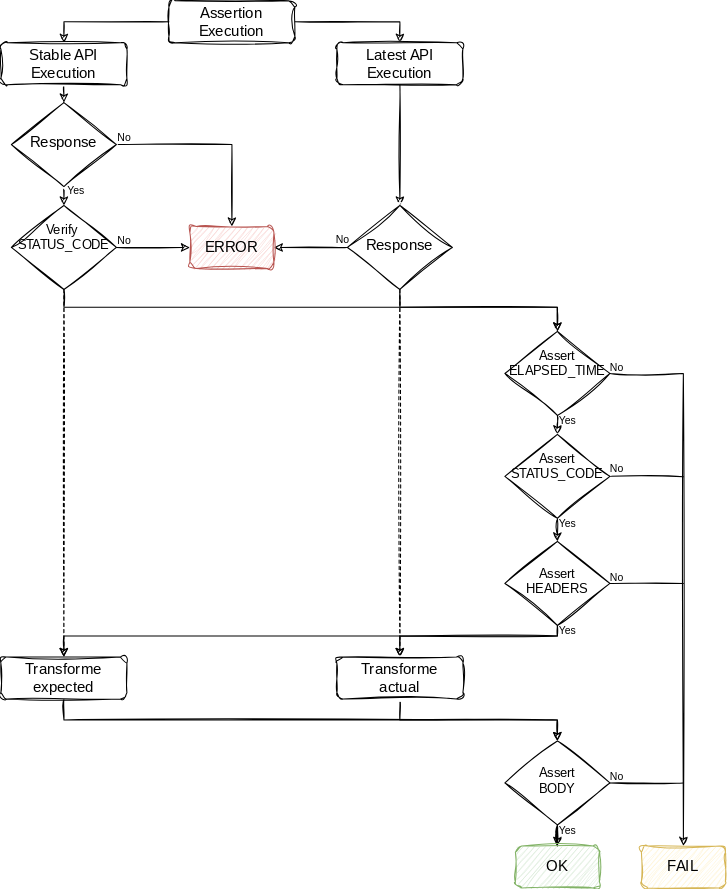
Before: doc/diagram/assertion.diagram.svg, a diagram exported from draw.io (oneteme/assertapi-core). Source tidied: cells renumbered, new cells last; positions are measured from the earlier drawing's top-left corner, leaving out a move shared by most shapes.
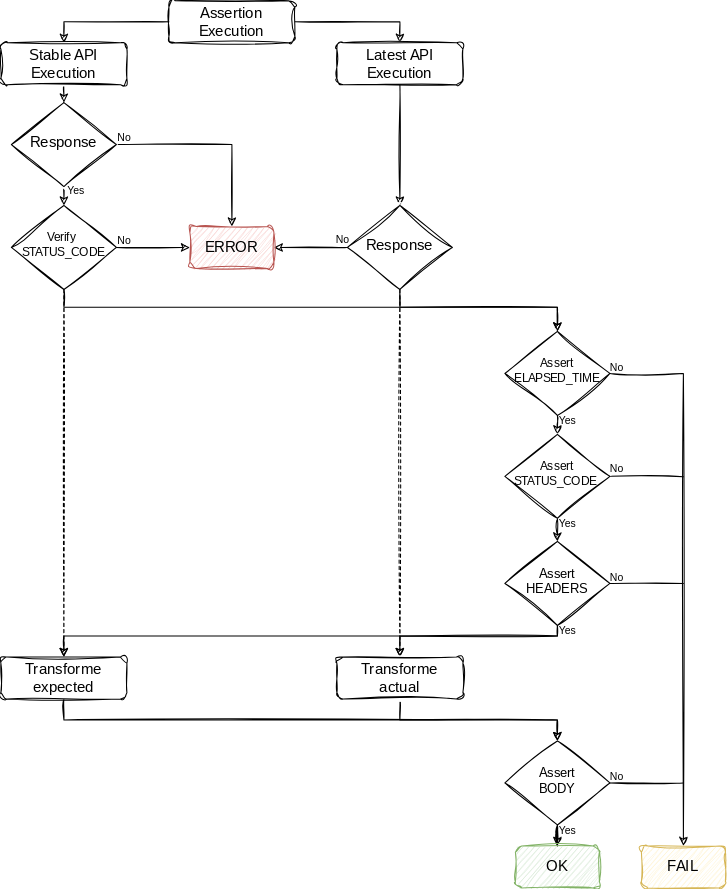
The same diagram one commit later.

What changed in the source:
```diff
@@ -69,7 +69,7 @@
     <mxCell id="20" style="edgeStyle=orthogonalEdgeStyle;rounded=0;sketch=1;jettySize=auto;html=1;entryX=0.5;entryY=0;entryDx=0;entryDy=0;strokeColor=default;fontFamily=Helvetica;fontSize=14;fontColor=#000000;startArrow=none;startFill=0;endArrow=classic;endFill=1;dashed=1;" parent="1" edge="1" source="21" target="38">
       <mxGeometry relative="1" as="geometry" />
     </mxCell>
-    <mxCell id="21" value="Verify&amp;nbsp;&lt;br style=&quot;font-size: 12px;&quot;&gt;STATUS_CODE&lt;br&gt;&amp;nbsp;" style="rhombus;whiteSpace=wrap;html=1;fontSize=12;fontFamily=Architects Daughter;fillColor=rgb(255, 255, 255);shadow=0;strokeWidth=1;spacing=6;spacingTop=-4;sketch=1;curveFitting=1;jiggle=2;fontSource=https%3A%2F%2Ffonts.googleapis.com%2Fcss%3Ffamily%3DArchitects%2BDaughter;" parent="1" vertex="1">
+    <mxCell id="21" value="Verify&amp;nbsp;&lt;br style=&quot;font-size: 11px;&quot;&gt;STATUS_CODE" style="rhombus;whiteSpace=wrap;html=1;fontSize=11;fontFamily=Architects Daughter;fillColor=rgb(255, 255, 255);shadow=0;strokeWidth=1;spacing=6;spacingTop=-4;sketch=1;curveFitting=1;jiggle=2;fontSource=https%3A%2F%2Ffonts.googleapis.com%2Fcss%3Ffamily%3DArchitects%2BDaughter;verticalAlign=middle;" parent="1" vertex="1">
       <mxGeometry x="10" y="195" width="100" height="80" as="geometry" />
     </mxCell>
     <mxCell id="22" value="No" style="text;html=1;strokeColor=none;fillColor=none;align=center;verticalAlign=middle;whiteSpace=wrap;rounded=0;fontSize=10;sketch=1;curveFitting=1;jiggle=2;" parent="1" vertex="1">
@@ -87,7 +87,7 @@
     <mxCell id="26" style="edgeStyle=orthogonalEdgeStyle;rounded=0;jettySize=auto;html=1;exitX=1;exitY=0.5;exitDx=0;exitDy=0;entryX=0.5;entryY=0;entryDx=0;entryDy=0;strokeColor=default;fontFamily=Helvetica;fontSize=14;fontColor=#000000;startArrow=none;startFill=0;endArrow=classic;endFill=1;sketch=1;curveFitting=1;jiggle=2;" parent="1" edge="1" source="27" target="43">
       <mxGeometry relative="1" as="geometry" />
     </mxCell>
-    <mxCell id="27" value="Assert ELAPSED_TIME&lt;br&gt;&amp;nbsp;" style="rhombus;whiteSpace=wrap;html=1;shadow=0;fontFamily=Architects Daughter;fontSize=12;align=center;strokeWidth=1;spacing=6;spacingTop=-4;rounded=0;sketch=1;curveFitting=1;jiggle=2;verticalAlign=middle;fontSource=https%3A%2F%2Ffonts.googleapis.com%2Fcss%3Ffamily%3DArchitects%2BDaughter;" parent="1" vertex="1">
+    <mxCell id="27" value="Assert ELAPSED_TIME" style="rhombus;whiteSpace=wrap;html=1;shadow=0;fontFamily=Architects Daughter;fontSize=11;align=center;strokeWidth=1;spacing=6;spacingTop=-4;rounded=0;sketch=1;curveFitting=1;jiggle=2;verticalAlign=middle;fontSource=https%3A%2F%2Ffonts.googleapis.com%2Fcss%3Ffamily%3DArchitects%2BDaughter;" parent="1" vertex="1">
       <mxGeometry x="480" y="315" width="100" height="80" as="geometry" />
     </mxCell>
     <mxCell id="28" style="edgeStyle=none;rounded=0;jettySize=auto;html=1;entryX=0.5;entryY=0;entryDx=0;entryDy=0;strokeColor=default;fontFamily=Helvetica;fontSize=14;fontColor=#000000;startArrow=none;startFill=0;endArrow=classic;endFill=1;sketch=1;curveFitting=1;jiggle=2;" parent="1" edge="1" source="30" target="34">
@@ -98,7 +98,7 @@
         <mxPoint x="650" y="453.3" as="targetPoint" />
       </mxGeometry>
     </mxCell>
-    <mxCell id="30" value="Assert STATUS_CODE&lt;br style=&quot;font-size: 12px;&quot;&gt;&amp;nbsp;" style="rhombus;whiteSpace=wrap;html=1;shadow=0;fontFamily=Architects Daughter;fontSize=12;align=center;strokeWidth=1;spacing=6;spacingTop=-4;fontSource=https%3A%2F%2Ffonts.googleapis.com%2Fcss%3Ffamily%3DArchitects%2BDaughter;sketch=1;curveFitting=1;jiggle=2;" parent="1" vertex="1">
+    <mxCell id="30" value="Assert STATUS_CODE&amp;nbsp;" style="rhombus;whiteSpace=wrap;html=1;shadow=0;fontFamily=Architects Daughter;fontSize=11;align=center;strokeWidth=1;spacing=6;spacingTop=-4;fontSource=https%3A%2F%2Ffonts.googleapis.com%2Fcss%3Ffamily%3DArchitects%2BDaughter;sketch=1;curveFitting=1;jiggle=2;" parent="1" vertex="1">
       <mxGeometry x="480" y="413" width="100" height="80" as="geometry" />
     </mxCell>
     <mxCell id="31" style="edgeStyle=orthogonalEdgeStyle;rounded=0;sketch=1;jettySize=auto;html=1;exitX=0.5;exitY=1;exitDx=0;exitDy=0;entryX=0.5;entryY=0;entryDx=0;entryDy=0;strokeColor=default;fontFamily=Helvetica;fontSize=14;fontColor=#000000;startArrow=none;startFill=0;endArrow=classic;endFill=1;" parent="1" edge="1" source="34" target="38">
```
